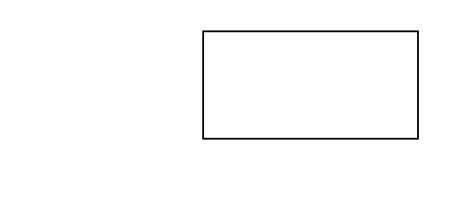
jianxiang57/jianxiang57 keeps this draw.io diagram as 未命名绘图.drawio. Above is the earlier version. Source tidied: cells renumbered, new cells numbered last; positions are measured from the earlier drawing's top-left corner, leaving out a move shared by most shapes. Both pictures are drawn from the tidied source at 179%, with x=0, y=0 at pixel (202, 30).
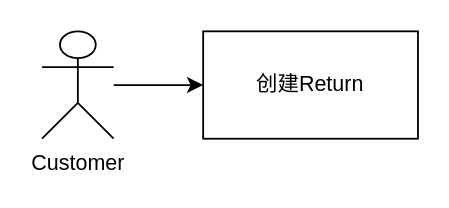
After the change.

Commit message:
CP-WMS Retun flow.drawio

The edit, as a diff of the source:
```diff
@@
 <mxGraphModel>
   <root>
     <mxCell id="0" />
     <mxCell id="1" parent="0" />
-    <mxCell id="2" style="rounded=0;whiteSpace=wrap;html=1;" parent="1" vertex="1">
+    <mxCell id="2" value="创建Return" style="rounded=0;whiteSpace=wrap;html=1;" parent="1" vertex="1">
       <mxGeometry width="120" height="60" as="geometry" />
     </mxCell>
+    <mxCell id="3" style="edgeStyle=orthogonalEdgeStyle;rounded=0;jettySize=auto;html=1;entryX=0;entryY=0.5;entryDx=0;entryDy=0;" parent="1" edge="1" source="4" target="2">
+      <mxGeometry relative="1" as="geometry" />
+    </mxCell>
+    <mxCell id="4" value="Customer" style="shape=umlActor;verticalLabelPosition=bottom;verticalAlign=top;html=1;" parent="1" vertex="1">
+      <mxGeometry x="-90" width="40" height="60" as="geometry" />
+    </mxCell>
   </root>
 </mxGraphModel>
```
